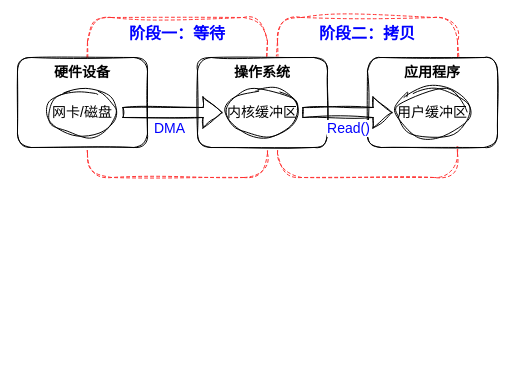
tzjavadmg/drawio keeps this draw.io diagram as 未命名绘图.drawio. Above is the earlier version. Source tidied: cells renumbered, new cells numbered last; positions are measured from the earlier drawing's top-left corner, leaving out a move shared by most shapes. Both pictures are drawn from the tidied source at 100%, with x=0, y=0 at pixel (17, 17).
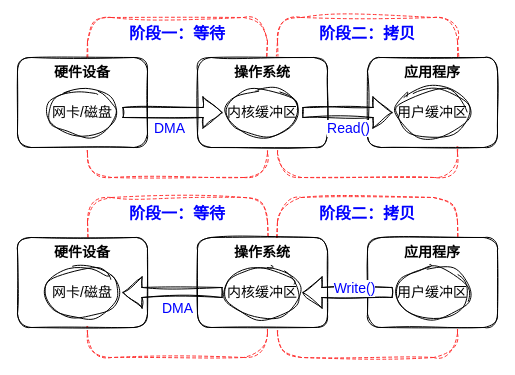
Above is the later version.

The edit, as a diff of the source:
```diff
@@
+    <mxCell id="14" value="阶段二：拷贝" style="rounded=1;whiteSpace=wrap;html=1;sketch=1;hachureGap=4;jiggle=2;fontFamily=方正舒体;fontSize=16;fontColor=#0000FF;dashed=1;fillStyle=auto;fillColor=none;align=center;verticalAlign=top;strokeColor=#FF3333;fontStyle=1;" parent="1" vertex="1">
+      <mxGeometry x="260" y="180" width="180" height="160" as="geometry" />
+    </mxCell>
+    <mxCell id="15" value="阶段一：等待" style="rounded=1;whiteSpace=wrap;html=1;sketch=1;hachureGap=4;jiggle=2;fontFamily=方正舒体;fontSize=16;fontColor=#0000FF;dashed=1;fillStyle=auto;fillColor=none;align=center;verticalAlign=top;strokeColor=#FF3333;fontStyle=1;" parent="1" vertex="1">
+      <mxGeometry x="70" y="180" width="180" height="160" as="geometry" />
+    </mxCell>
+    <mxCell id="16" value="硬件设备" style="rounded=1;whiteSpace=wrap;html=1;sketch=1;fontFamily=方正舒体;fontSize=14;align=center;verticalAlign=top;fontStyle=1;" parent="1" vertex="1">
+      <mxGeometry y="220" width="130" height="90" as="geometry" />
+    </mxCell>
+    <mxCell id="17" value="网卡/磁盘" style="ellipse;whiteSpace=wrap;html=1;rounded=1;sketch=1;hachureGap=4;jiggle=2;fontFamily=方正舒体;fontSize=14;" parent="1" vertex="1">
+      <mxGeometry x="25" y="250" width="80" height="50" as="geometry" />
+    </mxCell>
+    <mxCell id="18" value="操作系统" style="rounded=1;whiteSpace=wrap;html=1;sketch=1;fontFamily=方正舒体;fontSize=14;align=center;verticalAlign=top;fontStyle=1;" parent="1" vertex="1">
+      <mxGeometry x="180" y="220" width="130" height="90" as="geometry" />
+    </mxCell>
+    <mxCell id="19" value="内核缓冲区" style="ellipse;whiteSpace=wrap;html=1;rounded=1;sketch=1;hachureGap=4;jiggle=2;fontFamily=方正舒体;fontSize=14;" parent="1" vertex="1">
+      <mxGeometry x="205" y="250" width="80" height="50" as="geometry" />
+    </mxCell>
+    <mxCell id="20" value="应用程序" style="rounded=1;whiteSpace=wrap;html=1;sketch=1;fontFamily=方正舒体;fontSize=14;align=center;verticalAlign=top;fontStyle=1;" parent="1" vertex="1">
+      <mxGeometry x="350" y="220" width="130" height="90" as="geometry" />
+    </mxCell>
+    <mxCell id="21" value="用户缓冲区" style="ellipse;whiteSpace=wrap;html=1;rounded=1;sketch=1;hachureGap=4;jiggle=2;fontFamily=方正舒体;fontSize=14;" parent="1" vertex="1">
+      <mxGeometry x="375" y="250" width="80" height="50" as="geometry" />
+    </mxCell>
+    <mxCell id="22" style="shape=flexArrow;endArrow=classic;html=1;rounded=0;sketch=1;hachureGap=4;jiggle=2;fontFamily=方正舒体;fontSize=14;exitX=0;exitY=0.5;exitDx=0;exitDy=0;entryX=1;entryY=0.5;entryDx=0;entryDy=0;" parent="1" edge="1" source="19" target="17">
+      <mxGeometry relative="1" as="geometry" />
+    </mxCell>
+    <mxCell id="23" value="DMA" style="edgeLabel;html=1;align=center;verticalAlign=middle;fontSize=14;fontFamily=Axure Handwriting;fontStyle=0;fontColor=#0000FF;" parent="22" vertex="1">
+      <mxGeometry x="-0.35" relative="1" as="geometry">
+        <mxPoint x="-13" y="15" as="offset" />
+      </mxGeometry>
+    </mxCell>
+    <mxCell id="24" style="shape=flexArrow;endArrow=classic;html=1;rounded=0;sketch=1;hachureGap=4;jiggle=2;fontFamily=方正舒体;fontSize=14;entryX=1;entryY=0.5;entryDx=0;entryDy=0;exitX=0;exitY=0.5;exitDx=0;exitDy=0;" parent="1" edge="1" source="21" target="19">
+      <mxGeometry relative="1" as="geometry" />
+    </mxCell>
+    <mxCell id="25" value="Write()" style="edgeLabel;html=1;align=center;verticalAlign=middle;fontSize=14;fontFamily=Axure Handwriting;fontColor=#0000FF;" parent="24" vertex="1">
+      <mxGeometry x="-0.07" y="-10" relative="1" as="geometry">
+        <mxPoint x="3" y="5" as="offset" />
+      </mxGeometry>
+    </mxCell>
```
